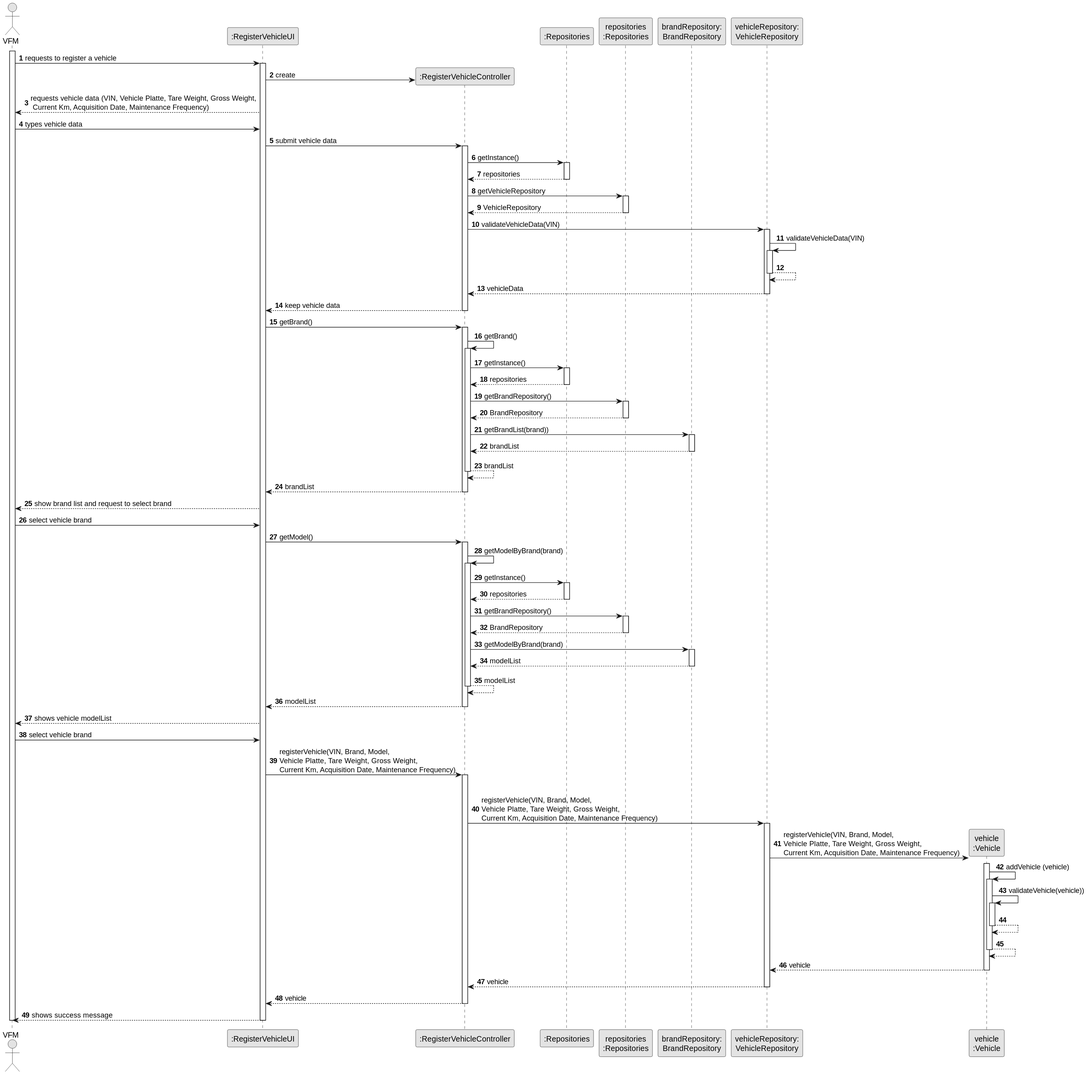
Above: docs/sprintB/us006/03.design/svg/us006-sequence-diagram-full.svg in ricardomm7/leaflink (PlantUML), before the change.
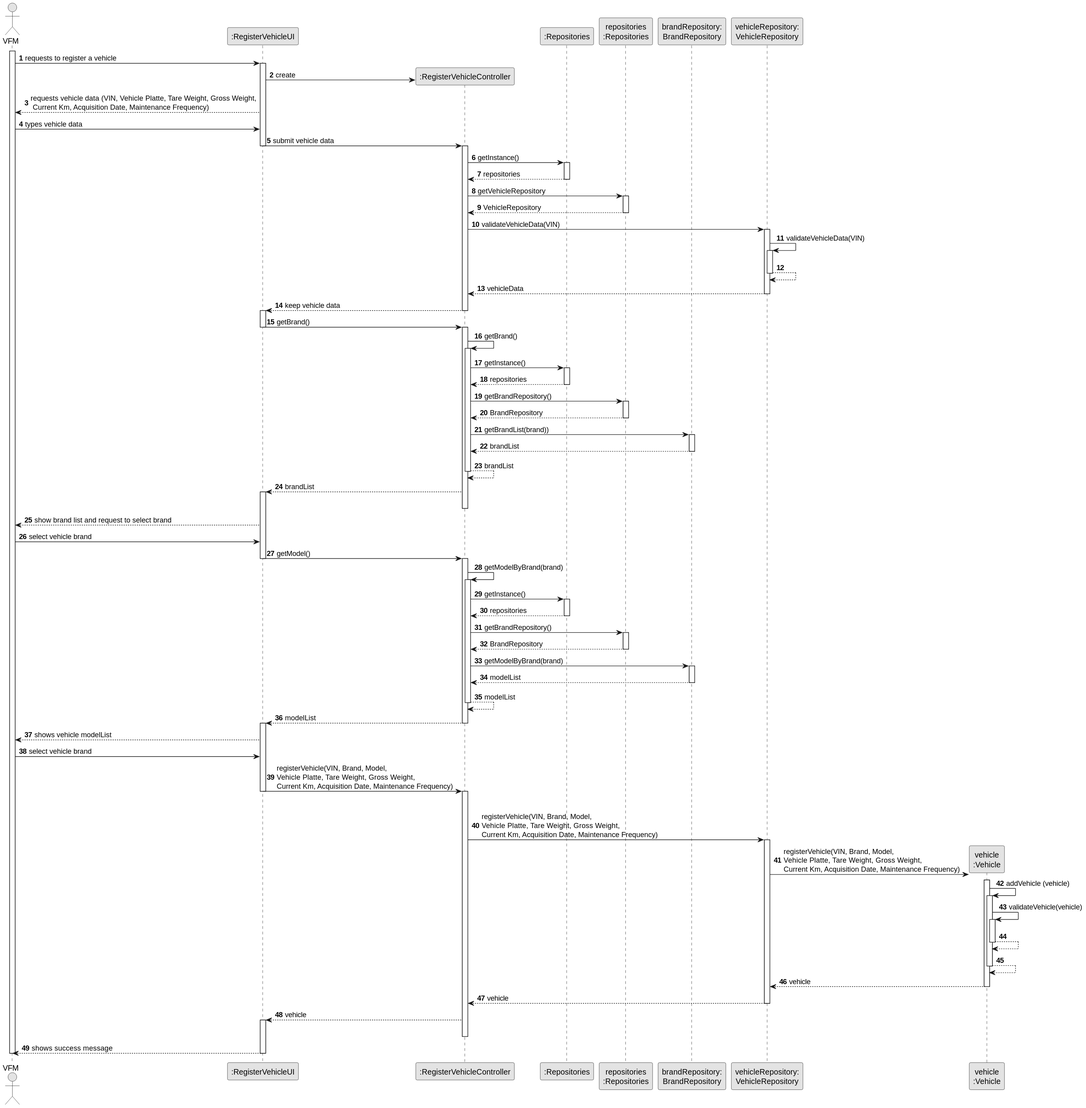
After the change.

What changed in the source:
```diff
@@ -27,6 +27,7 @@
     VFM -> UI : types vehicle data
 
         UI -> CTRL : submit vehicle data
+        deactivate UI
         activate CTRL
 
             CTRL -> RepositorySingleton: getInstance()
@@ -55,10 +56,14 @@
             VehicleRepository --> CTRL : vehicleData
             deactivate VehicleRepository
 
+
         CTRL --> UI : keep vehicle data
         deactivate CTRL
+        activate UI
+
 
         UI -> CTRL : getBrand()
+        deactivate UI
         activate CTRL
 
             CTRL -> CTRL : getBrand()
@@ -86,6 +91,7 @@
                 deactivate CTRL
 
             CTRL --> UI: brandList
+            activate UI
             deactivate CTRL
 
 
@@ -95,6 +101,7 @@
     VFM -> UI : select vehicle brand
 
     UI -> CTRL : getModel()
+    deactivate UI
     activate CTRL
 
         CTRL -> CTRL : getModelByBrand(brand)
@@ -123,6 +130,8 @@
 
         CTRL --> UI: modelList
         deactivate CTRL
+        activate UI
+
 
 
         UI --> VFM : shows vehicle modelList
@@ -130,6 +139,7 @@
     VFM -> UI : select vehicle brand
 
         UI -> CTRL : registerVehicle(VIN, Brand, Model, \nVehicle Platte, Tare Weight, Gross Weight, \nCurrent Km, Acquisition Date, Maintenance Frequency)
+        deactivate UI
         activate CTRL
 
             |||
@@ -142,7 +152,7 @@
                     VEI -> VEI: addVehicle (vehicle)
                     activate VEI
 
-                    VEI -> VEI: validateVehicle(vehicle))
+                    VEI -> VEI: validateVehicle(vehicle)
                     activate VEI
 
                     VEI --> VEI
@@ -158,6 +168,7 @@
             deactivate VehicleRepository
 
             CTRL --> UI: vehicle
+            activate UI
             deactivate CTRL
 
         UI --> VFM : shows success message
```
